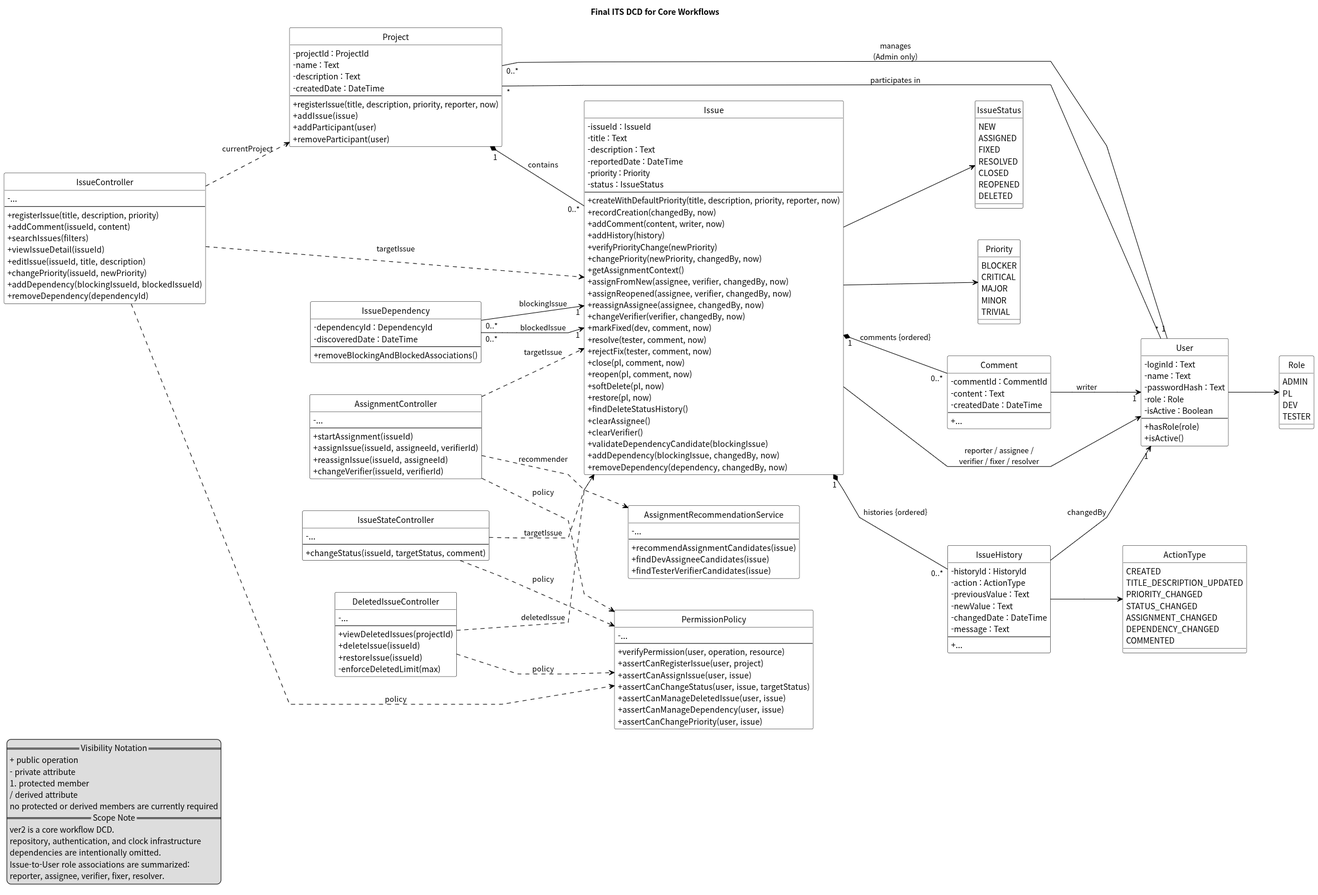
marcellokim/se-issue-tracker keeps this PlantUML diagram as docs/uml/dcd/its_dcd_ver2.png. Above is the earlier version. Its source is kept beside it as docs/uml/dcd/its_dcd_ver2.puml.
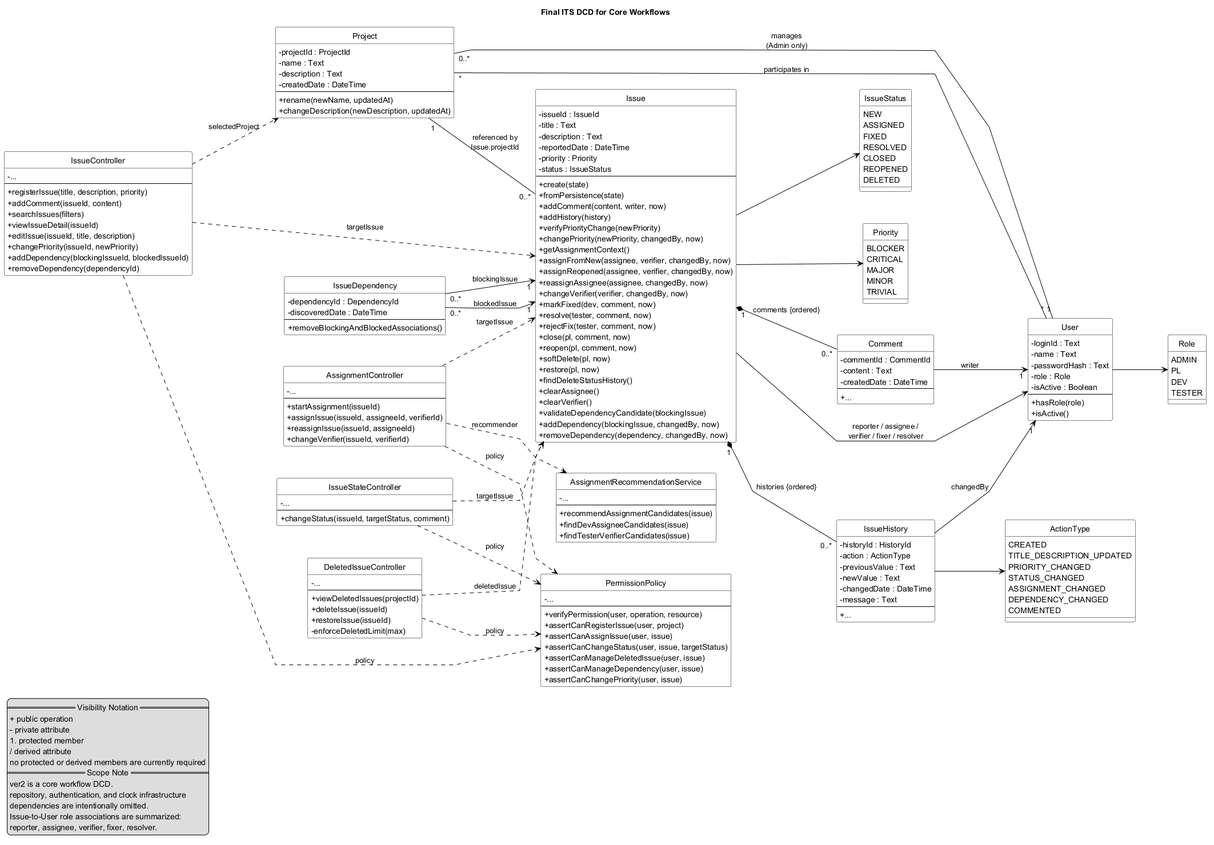
After the change.

Change to the diagram source:
```diff
@@ -39,10 +39,8 @@
   - description : Text
   - createdDate : DateTime
   --
-  + registerIssue(title, description, priority, reporter, now)
-  + addIssue(issue)
-  + addParticipant(user)
-  + removeParticipant(user)
+  + rename(newName, updatedAt)
+  + changeDescription(newDescription, updatedAt)
 }
 
 class IssueController {
@@ -110,8 +108,8 @@
   - priority : Priority
   - status : IssueStatus
   --
-  + createWithDefaultPriority(title, description, priority, reporter, now)
-  + recordCreation(changedBy, now)
+  + create(state)
+  + fromPersistence(state)
   + addComment(content, writer, now)
   + addHistory(history)
   + verifyPriorityChange(newPriority)
@@ -208,7 +206,7 @@
   COMMENTED
 }
 
-IssueController ..> Project : currentProject
+IssueController ..> Project : selectedProject
 IssueController ..> Issue : targetIssue
 IssueController ..> PermissionPolicy : policy
 
@@ -222,7 +220,7 @@
 DeletedIssueController ..> Issue : deletedIssue
 DeletedIssueController ..> PermissionPolicy : policy
 
-Project "1" *-- "0..*" Issue : contains
+Project "1" -- "0..*" Issue : referenced by\nIssue.projectId
 User "*" -- "*" Project : participates in
 User "1" -- "0..*" Project : manages\n(Admin only)
 
```
